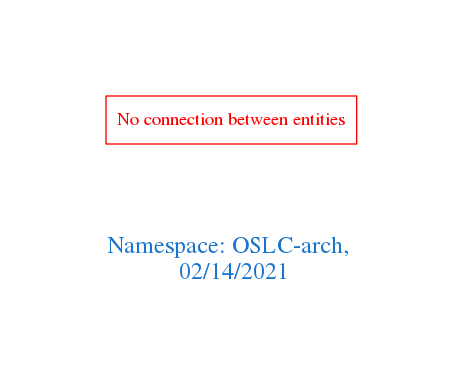
Above: downloads/OSLC-arch.png in arago/OGIT (Graphviz), before the change. Its source is kept beside it as downloads/OSLC-arch.dot.
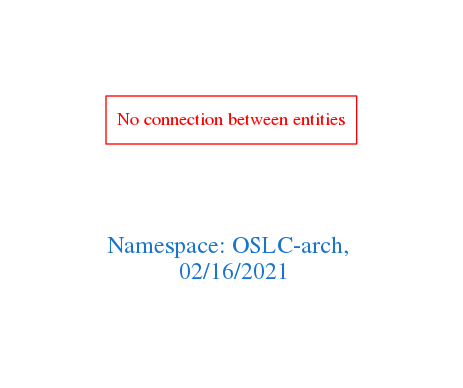
After the commit.

The edit, as a diff of the source:
```diff
@@ -1,7 +1,7 @@
 digraph OGIT_ontology {
  graph [ rankdir= LR,pad=1
 fontsize = 18,
-fontcolor= dodgerblue3,label = "\n\n\nNamespace: OSLC-arch, \n 02/14/2021"];
+fontcolor= dodgerblue3,label = "\n\n\nNamespace: OSLC-arch, \n 02/16/2021"];
 node[shape=polygon];
 edge [  color="gray81"];
 
```
